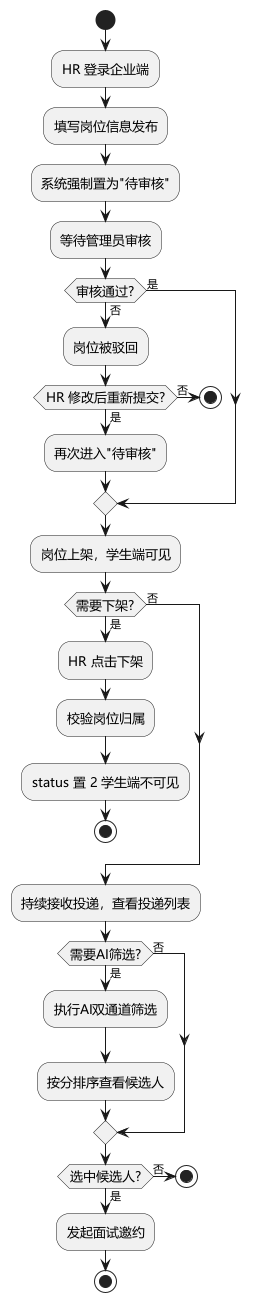
This is uml/png/何贵剑/企业岗位管理活动图.png from sheep7-bot/recruit-internship-system, a PlantUML export, as it was before one commit.
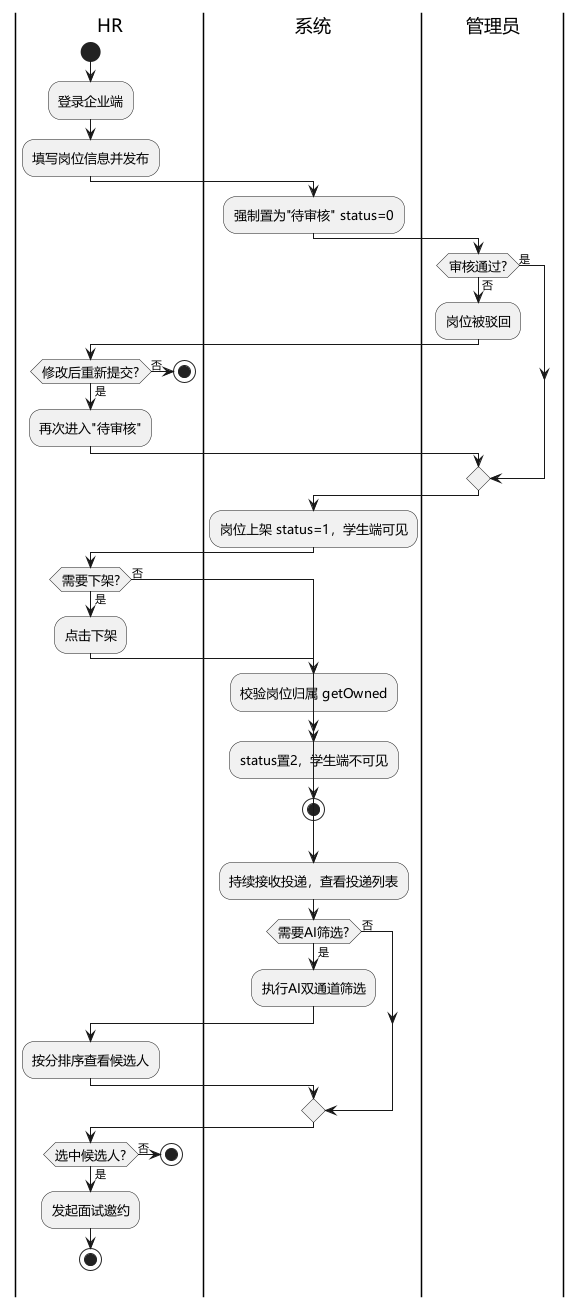
The same diagram one commit later.

What changed in the source:
```diff
@@ -4,31 +4,39 @@
 skinparam activityFontSize 13
 skinparam defaultTextAlignment center
 
+|HR|
 start
-:HR 登录企业端;
-:填写岗位信息发布;
-:系统强制置为"待审核";
-:等待管理员审核;
+:登录企业端;
+:填写岗位信息并发布;
+|系统|
+:强制置为"待审核" status=0;
+|管理员|
 if (审核通过?) then (否)
   :岗位被驳回;
-  if (HR 修改后重新提交?) then (是)
+  |HR|
+  if (修改后重新提交?) then (是)
     :再次进入"待审核";
   else (否)
     stop
   endif
 else (是)
 endif
-:岗位上架，学生端可见;
+|系统|
+:岗位上架 status=1，学生端可见;
+|HR|
 if (需要下架?) then (是)
-  :HR 点击下架;
-  :校验岗位归属;
-  :status 置 2 学生端不可见;
+  :点击下架;
+  |系统|
+  :校验岗位归属 getOwned;
+  :status置2，学生端不可见;
   stop
 else (否)
 endif
 :持续接收投递，查看投递列表;
 if (需要AI筛选?) then (是)
+  |系统|
   :执行AI双通道筛选;
+  |HR|
   :按分排序查看候选人;
 else (否)
 endif
```
